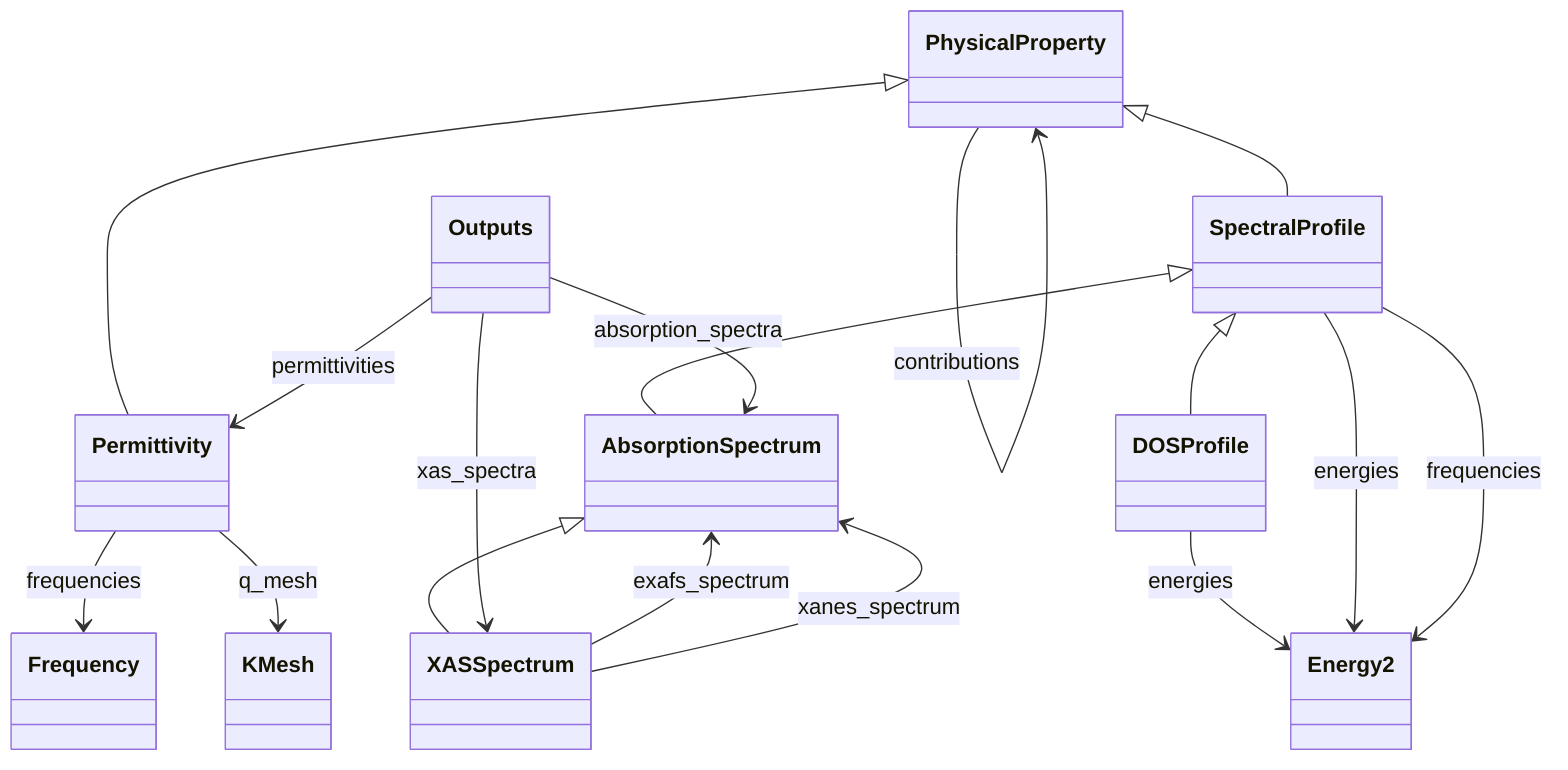
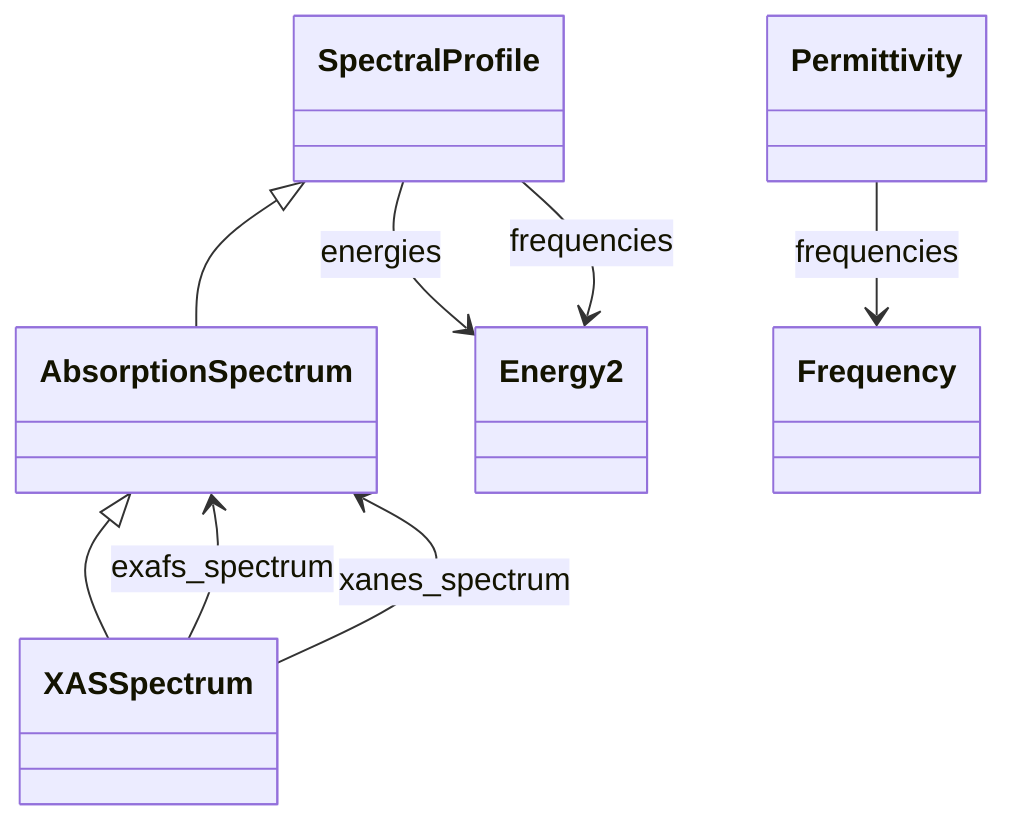
classDiagram
    class AbsorptionSpectrum
-     class DOSProfile
    class Energy2
    class Frequency
-     class KMesh
-     class Outputs
    class Permittivity
-     class PhysicalProperty
    class SpectralProfile
    class XASSpectrum
    SpectralProfile <|-- AbsorptionSpectrum
-     SpectralProfile <|-- DOSProfile
-     PhysicalProperty <|-- Permittivity
-     PhysicalProperty <|-- SpectralProfile
    AbsorptionSpectrum <|-- XASSpectrum
-     DOSProfile --> Energy2 : energies
-     Outputs --> AbsorptionSpectrum : absorption_spectra
-     Outputs --> Permittivity : permittivities
-     Outputs --> XASSpectrum : xas_spectra
    Permittivity --> Frequency : frequencies
-     Permittivity --> KMesh : q_mesh
-     PhysicalProperty --> PhysicalProperty : contributions
    SpectralProfile --> Energy2 : energies
    SpectralProfile --> Energy2 : frequencies
    XASSpectrum --> AbsorptionSpectrum : exafs_spectrum
    XASSpectrum --> AbsorptionSpectrum : xanes_spectrum
